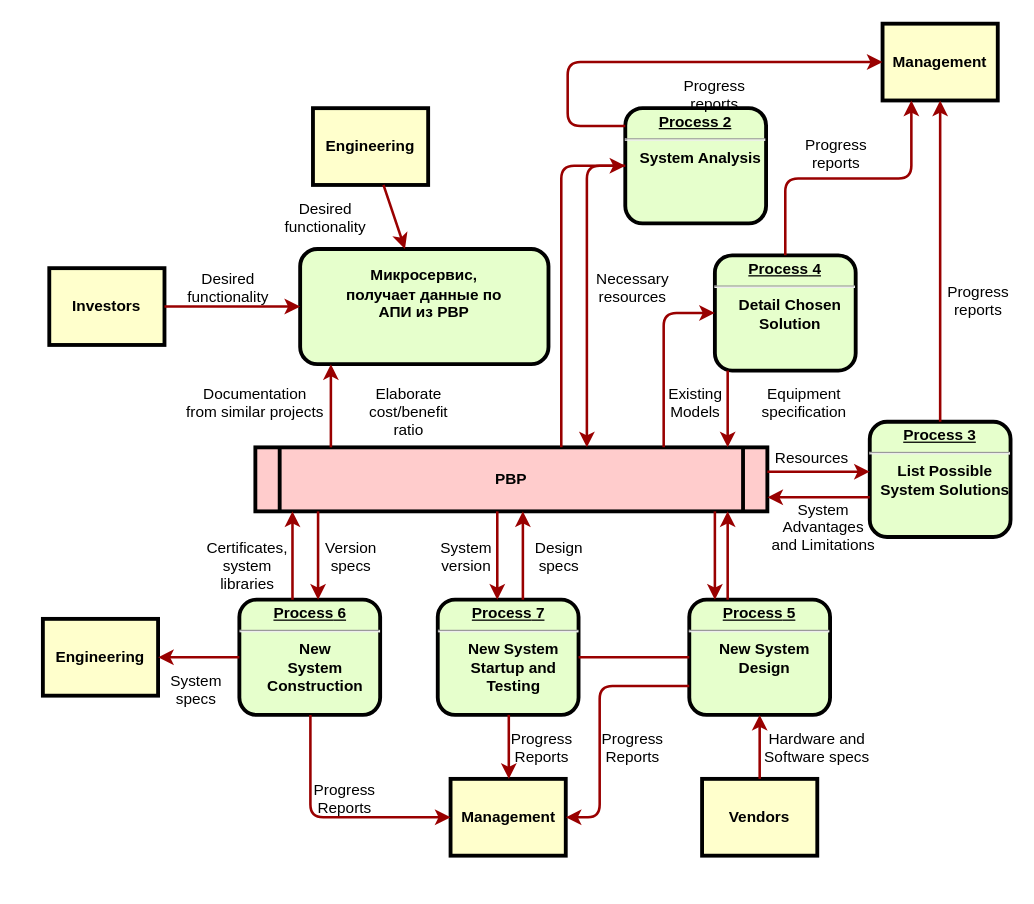
This is Untitled Diagram.drawio from Beattle/app, a draw.io file, before an edit. Source tidied: cells renumbered, new cells numbered last; positions are measured from the earlier drawing's top-left corner, leaving out a move shared by most shapes. Both pictures are drawn from the tidied source at 128%, with x=0, y=0 at pixel (42, 23).
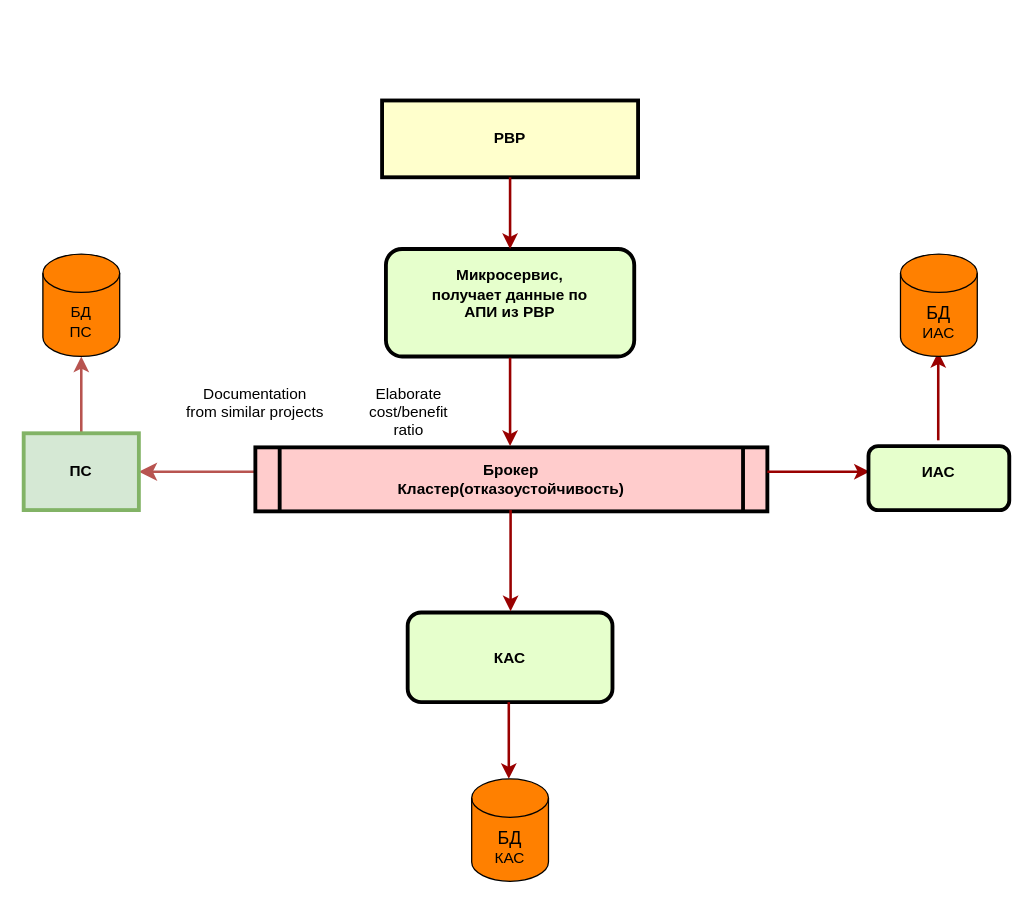
The same page after the edit.

Diff of the diagram source:
```diff
@@
     <mxCell id="2" value="&lt;div&gt;&lt;br&gt;&lt;/div&gt;&lt;div&gt;Микросервис,&lt;br&gt; получает данные по&lt;br&gt; АПИ из РВР&lt;br&gt;&lt;/div&gt;" style="verticalAlign=middle;align=center;overflow=fill;fontSize=12;fontFamily=Helvetica;html=1;rounded=1;fontStyle=1;strokeWidth=3;fillColor=#E6FFCC;" parent="1" vertex="1">
-      <mxGeometry x="201" y="176" width="194" height="90" as="geometry" />
+      <mxGeometry x="268" y="176" width="194" height="84" as="geometry" />
     </mxCell>
-    <mxCell id="3" value="Engineering" style="whiteSpace=wrap;align=center;verticalAlign=middle;fontStyle=1;strokeWidth=3;fillColor=#FFFFCC;" parent="1" vertex="1">
-      <mxGeometry x="211" y="66" width="90" height="60" as="geometry" />
+    <mxCell id="3" value="РВР" style="whiteSpace=wrap;align=center;verticalAlign=middle;fontStyle=1;strokeWidth=3;fillColor=#FFFFCC;" parent="1" vertex="1">
+      <mxGeometry x="265" y="60" width="200" height="60" as="geometry" />
     </mxCell>
-    <mxCell id="4" value="Investors" style="whiteSpace=wrap;align=center;verticalAlign=middle;fontStyle=1;strokeWidth=3;fillColor=#FFFFCC;" parent="1" vertex="1">
-      <mxGeometry x="5" y="191" width="90" height="60" as="geometry" />
-    </mxCell>
+    <mxCell id="61" style="edgeStyle=orthogonalEdgeStyle;rounded=0;jettySize=auto;html=1;fillColor=#f8cecc;strokeColor=#b85450;endSize=8;jumpSize=7;strokeWidth=2;" parent="1" edge="1" source="5">
+      <mxGeometry relative="1" as="geometry">
+        <mxPoint x="75" y="350" as="targetPoint" />
+        <Array as="points">
+          <mxPoint x="86" y="350" />
+        </Array>
+      </mxGeometry>
+    </mxCell>
-    <mxCell id="5" value="РВР" style="shape=process;whiteSpace=wrap;align=center;verticalAlign=middle;size=0.0475;fontStyle=1;strokeWidth=3;fillColor=#FFCCCC;" parent="1" vertex="1">
+    <mxCell id="5" value="Брокер&#10;Кластер(отказоустойчивость)" style="shape=process;whiteSpace=wrap;align=center;verticalAlign=middle;size=0.0475;fontStyle=1;strokeWidth=3;fillColor=#FFCCCC;" parent="1" vertex="1">
       <mxGeometry x="166" y="331" width="400" height="50" as="geometry" />
     </mxCell>
-    <mxCell id="6" value="&lt;p style=&quot;margin: 0px; margin-top: 4px; text-align: center; text-decoration: underline;&quot;&gt;&lt;strong&gt;Process 2&lt;br /&gt;&lt;/strong&gt;&lt;/p&gt;&lt;hr /&gt;&lt;p style=&quot;margin: 0px; margin-left: 8px;&quot;&gt;System Analysis&lt;/p&gt;" style="verticalAlign=middle;align=center;overflow=fill;fontSize=12;fontFamily=Helvetica;html=1;rounded=1;fontStyle=1;strokeWidth=3;fillColor=#E6FFCC;" parent="1" vertex="1">
-      <mxGeometry x="455" y="66" width="110" height="90" as="geometry" />
-    </mxCell>
-    <mxCell id="7" value="&lt;p style=&quot;margin: 0px; margin-top: 4px; text-align: center; text-decoration: underline;&quot;&gt;&lt;strong&gt;&lt;strong&gt;Process&lt;/strong&gt; 3&lt;br /&gt;&lt;/strong&gt;&lt;/p&gt;&lt;hr /&gt;&lt;p style=&quot;margin: 0px; margin-left: 8px;&quot;&gt;List Possible&lt;/p&gt;&lt;p style=&quot;margin: 0px; margin-left: 8px;&quot;&gt;System Solutions&lt;/p&gt;" style="verticalAlign=middle;align=center;overflow=fill;fontSize=12;fontFamily=Helvetica;html=1;rounded=1;fontStyle=1;strokeWidth=3;fillColor=#E6FFCC;" parent="1" vertex="1">
-      <mxGeometry x="646" y="311" width="110" height="90" as="geometry" />
-    </mxCell>
-    <mxCell id="8" value="&lt;p style=&quot;margin: 0px; margin-top: 4px; text-align: center; text-decoration: underline;&quot;&gt;&lt;strong&gt;&lt;strong&gt;Process&lt;/strong&gt; 4&lt;br /&gt;&lt;/strong&gt;&lt;/p&gt;&lt;hr /&gt;&lt;p style=&quot;margin: 0px; margin-left: 8px;&quot;&gt;Detail Chosen&lt;/p&gt;&lt;p style=&quot;margin: 0px; margin-left: 8px;&quot;&gt;Solution&lt;/p&gt;" style="verticalAlign=middle;align=center;overflow=fill;fontSize=12;fontFamily=Helvetica;html=1;rounded=1;fontStyle=1;strokeWidth=3;fillColor=#E6FFCC;" parent="1" vertex="1">
-      <mxGeometry x="525" y="181" width="110" height="90" as="geometry" />
-    </mxCell>
-    <mxCell id="9" value="&lt;p style=&quot;margin: 0px; margin-top: 4px; text-align: center; text-decoration: underline;&quot;&gt;&lt;strong&gt;&lt;strong&gt;Process&lt;/strong&gt; 5&lt;br /&gt;&lt;/strong&gt;&lt;/p&gt;&lt;hr /&gt;&lt;p style=&quot;margin: 0px; margin-left: 8px;&quot;&gt;New System&lt;/p&gt;&lt;p style=&quot;margin: 0px; margin-left: 8px;&quot;&gt;Design&lt;/p&gt;" style="verticalAlign=middle;align=center;overflow=fill;fontSize=12;fontFamily=Helvetica;html=1;rounded=1;fontStyle=1;strokeWidth=3;fillColor=#E6FFCC;" parent="1" vertex="1">
-      <mxGeometry x="505" y="450" width="110" height="90" as="geometry" />
-    </mxCell>
-    <mxCell id="10" value="&lt;p style=&quot;margin: 0px; margin-top: 4px; text-align: center; text-decoration: underline;&quot;&gt;&lt;strong&gt;&lt;strong&gt;Process&lt;/strong&gt; 6&lt;br /&gt;&lt;/strong&gt;&lt;/p&gt;&lt;hr /&gt;&lt;p style=&quot;margin: 0px; margin-left: 8px;&quot;&gt;New&lt;/p&gt;&lt;p style=&quot;margin: 0px; margin-left: 8px;&quot;&gt;System&lt;/p&gt;&lt;p style=&quot;margin: 0px; margin-left: 8px;&quot;&gt;Construction&lt;/p&gt;" style="verticalAlign=middle;align=center;overflow=fill;fontSize=12;fontFamily=Helvetica;html=1;rounded=1;fontStyle=1;strokeWidth=3;fillColor=#E6FFCC;" parent="1" vertex="1">
-      <mxGeometry x="153.5" y="450" width="110" height="90" as="geometry" />
-    </mxCell>
-    <mxCell id="11" value="Management" style="whiteSpace=wrap;align=center;verticalAlign=middle;fontStyle=1;strokeWidth=3;fillColor=#FFFFCC;" parent="1" vertex="1">
-      <mxGeometry x="656" width="90" height="60" as="geometry" />
-    </mxCell>
-    <mxCell id="12" value="Management" style="whiteSpace=wrap;align=center;verticalAlign=middle;fontStyle=1;strokeWidth=3;fillColor=#FFFFCC;" parent="1" vertex="1">
-      <mxGeometry x="318.5" y="590" width="90" height="60" as="geometry" />
-    </mxCell>
+    <mxCell id="62" style="edgeStyle=orthogonalEdgeStyle;rounded=0;jettySize=auto;html=1;fillColor=#f8cecc;strokeColor=#b85450;strokeWidth=2;" parent="1" edge="1" source="13" target="65">
+      <mxGeometry relative="1" as="geometry" />
+    </mxCell>
-    <mxCell id="13" value="Engineering" style="whiteSpace=wrap;align=center;verticalAlign=middle;fontStyle=1;strokeWidth=3;fillColor=#FFFFCC;" parent="1" vertex="1">
-      <mxGeometry y="465" width="90" height="60" as="geometry" />
+    <mxCell id="13" value="ПС" style="whiteSpace=wrap;align=center;verticalAlign=middle;fontStyle=1;strokeWidth=3;fillColor=#d5e8d4;strokeColor=#82b366;" parent="1" vertex="1">
+      <mxGeometry x="-15" y="320" width="90" height="60" as="geometry" />
     </mxCell>
-    <mxCell id="14" value="Vendors" style="whiteSpace=wrap;align=center;verticalAlign=middle;fontStyle=1;strokeWidth=3;fillColor=#FFFFCC;" parent="1" vertex="1">
-      <mxGeometry x="515" y="590" width="90" height="60" as="geometry" />
-    </mxCell>
@@
-    <mxCell id="16" style="edgeStyle=none;noEdgeStyle=1;strokeColor=#990000;strokeWidth=2;" parent="1" edge="1" source="4" target="2">
-      <mxGeometry relative="1" as="geometry" />
-    </mxCell>
-    <mxCell id="17" value="&lt;p style=&quot;margin: 0px; margin-top: 4px; text-align: center; text-decoration: underline;&quot;&gt;&lt;strong&gt;&lt;strong&gt;Process&lt;/strong&gt; 7&lt;br /&gt;&lt;/strong&gt;&lt;/p&gt;&lt;hr /&gt;&lt;p style=&quot;margin: 0px; margin-left: 8px;&quot;&gt;New System&lt;/p&gt;&lt;p style=&quot;margin: 0px; margin-left: 8px;&quot;&gt;Startup and&lt;/p&gt;&lt;p style=&quot;margin: 0px; margin-left: 8px;&quot;&gt;Testing&lt;/p&gt;" style="verticalAlign=middle;align=center;overflow=fill;fontSize=12;fontFamily=Helvetica;html=1;rounded=1;fontStyle=1;strokeWidth=3;fillColor=#E6FFCC;" parent="1" vertex="1">
-      <mxGeometry x="308.5" y="450" width="110" height="90" as="geometry" />
+    <mxCell id="17" value="&lt;div&gt;&lt;br&gt;&lt;br&gt;КАС&lt;/div&gt;" style="verticalAlign=middle;align=center;overflow=fill;fontSize=12;fontFamily=Helvetica;html=1;rounded=1;fontStyle=1;strokeWidth=3;fillColor=#E6FFCC;" parent="1" vertex="1">
+      <mxGeometry x="285" y="460" width="160" height="70" as="geometry" />
     </mxCell>
-    <mxCell id="18" style="endArrow=none;noEdgeStyle=1;strokeColor=#990000;strokeWidth=2;" parent="1" edge="1" source="9" target="17">
-      <mxGeometry relative="1" as="geometry" />
-    </mxCell>
-    <mxCell id="19" value="Desired &#10;functionality" style="text;spacingTop=-5;align=center;" parent="1" vertex="1">
-      <mxGeometry x="130" y="191" width="30" height="20" as="geometry" />
-    </mxCell>
-    <mxCell id="20" value="Desired &#10;functionality" style="text;spacingTop=-5;align=center;" parent="1" vertex="1">
-      <mxGeometry x="206" y="136" width="30" height="20" as="geometry" />
-    </mxCell>
@@
-    <mxCell id="22" style="edgeStyle=elbowEdgeStyle;elbow=horizontal;strokeColor=#990000;strokeWidth=2;" parent="1" edge="1" source="5" target="2">
-      <mxGeometry relative="1" as="geometry">
-        <Array as="points">
-          <mxPoint x="225" y="310" />
-        </Array>
-      </mxGeometry>
-    </mxCell>
@@
-    <mxCell id="24" style="edgeStyle=elbowEdgeStyle;elbow=horizontal;strokeColor=#990000;strokeWidth=2;" parent="1" edge="1" source="5" target="6">
-      <mxGeometry relative="1" as="geometry">
-        <Array as="points">
-          <mxPoint x="405" y="250" />
-        </Array>
-      </mxGeometry>
-    </mxCell>
-    <mxCell id="25" style="edgeStyle=elbowEdgeStyle;elbow=horizontal;strokeColor=#990000;strokeWidth=2;" parent="1" edge="1" source="6" target="5">
-      <mxGeometry relative="1" as="geometry">
-        <Array as="points">
-          <mxPoint x="425" y="260" />
-        </Array>
-      </mxGeometry>
-    </mxCell>
-    <mxCell id="26" value="Necessary&#10;resources" style="text;spacingTop=-5;align=center;" parent="1" vertex="1">
-      <mxGeometry x="446" y="191" width="30" height="20" as="geometry" />
-    </mxCell>
-    <mxCell id="27" value="Progress&#10;reports" style="text;spacingTop=-5;align=center;" parent="1" vertex="1">
-      <mxGeometry x="510" y="40" width="30" height="20" as="geometry" />
-    </mxCell>
-    <mxCell id="28" value="Progress&#10;reports" style="text;spacingTop=-5;align=center;" parent="1" vertex="1">
-      <mxGeometry x="605" y="86" width="30" height="20" as="geometry" />
-    </mxCell>
-    <mxCell id="29" value="Progress&#10;reports" style="text;spacingTop=-5;align=center;" parent="1" vertex="1">
-      <mxGeometry x="716" y="201" width="30" height="20" as="geometry" />
-    </mxCell>
-    <mxCell id="30" style="edgeStyle=elbowEdgeStyle;elbow=horizontal;strokeColor=#990000;strokeWidth=2;" parent="1" edge="1" source="6" target="11">
-      <mxGeometry relative="1" as="geometry">
-        <Array as="points">
-          <mxPoint x="410" y="80" />
-        </Array>
-      </mxGeometry>
-    </mxCell>
-    <mxCell id="31" style="edgeStyle=elbowEdgeStyle;elbow=vertical;entryX=0.25;entryY=1;strokeColor=#990000;strokeWidth=2;" parent="1" edge="1" source="8" target="11">
-      <mxGeometry relative="1" as="geometry" />
-    </mxCell>
-    <mxCell id="32" style="edgeStyle=elbowEdgeStyle;elbow=horizontal;strokeColor=#990000;strokeWidth=2;" parent="1" edge="1" source="7" target="11">
-      <mxGeometry relative="1" as="geometry" />
-    </mxCell>
-    <mxCell id="33" style="edgeStyle=elbowEdgeStyle;elbow=horizontal;strokeColor=#990000;strokeWidth=2;" parent="1" edge="1" source="8" target="5">
-      <mxGeometry relative="1" as="geometry">
-        <Array as="points">
-          <mxPoint x="535" y="300" />
-        </Array>
-      </mxGeometry>
-    </mxCell>
-    <mxCell id="34" style="edgeStyle=segmentEdgeStyle;strokeColor=#990000;strokeWidth=2;" parent="1" edge="1" source="5" target="8">
-      <mxGeometry relative="1" as="geometry">
-        <Array as="points">
-          <mxPoint x="485" y="226" />
-        </Array>
-      </mxGeometry>
-    </mxCell>
-    <mxCell id="35" value="Existing&#10;Models" style="text;spacingTop=-5;align=center;" parent="1" vertex="1">
-      <mxGeometry x="495" y="281" width="30" height="20" as="geometry" />
-    </mxCell>
-    <mxCell id="36" value="Equipment&#10;specification" style="text;spacingTop=-5;align=center;" parent="1" vertex="1">
-      <mxGeometry x="580" y="281" width="30" height="20" as="geometry" />
-    </mxCell>
-    <mxCell id="37" style="edgeStyle=elbowEdgeStyle;elbow=vertical;strokeColor=#990000;strokeWidth=2;" parent="1" edge="1" source="5" target="7">
+    <mxCell id="37" style="edgeStyle=elbowEdgeStyle;elbow=vertical;strokeColor=#990000;strokeWidth=2;" parent="1" edge="1" source="5">
       <mxGeometry relative="1" as="geometry">
+        <mxPoint x="646" y="350" as="targetPoint" />
         <Array as="points">
           <mxPoint x="615" y="350" />
         </Array>
       </mxGeometry>
     </mxCell>
-    <mxCell id="38" style="edgeStyle=elbowEdgeStyle;elbow=vertical;strokeColor=#990000;strokeWidth=2;" parent="1" edge="1" source="7" target="5">
-      <mxGeometry relative="1" as="geometry">
-        <Array as="points">
-          <mxPoint x="615" y="370" />
-        </Array>
-      </mxGeometry>
-    </mxCell>
-    <mxCell id="39" value="Resources" style="text;spacingTop=-5;align=center;" parent="1" vertex="1">
-      <mxGeometry x="586" y="331" width="30" height="20" as="geometry" />
-    </mxCell>
-    <mxCell id="40" value="System &#10;Advantages &#10;and Limitations" style="text;spacingTop=-5;align=center;" parent="1" vertex="1">
-      <mxGeometry x="595" y="371" width="30" height="20" as="geometry" />
-    </mxCell>
-    <mxCell id="41" style="edgeStyle=elbowEdgeStyle;elbow=horizontal;strokeColor=#990000;strokeWidth=2;" parent="1" edge="1" source="9" target="5">
-      <mxGeometry relative="1" as="geometry">
-        <Array as="points">
-          <mxPoint x="535" y="410" />
-        </Array>
-      </mxGeometry>
-    </mxCell>
-    <mxCell id="42" style="edgeStyle=elbowEdgeStyle;elbow=horizontal;strokeColor=#990000;strokeWidth=2;" parent="1" edge="1" source="5" target="9">
-      <mxGeometry relative="1" as="geometry">
-        <Array as="points">
-          <mxPoint x="525" y="420" />
-        </Array>
-      </mxGeometry>
-    </mxCell>
-    <mxCell id="43" style="edgeStyle=elbowEdgeStyle;elbow=horizontal;strokeColor=#990000;strokeWidth=2;" parent="1" edge="1" source="14" target="9">
-      <mxGeometry relative="1" as="geometry" />
-    </mxCell>
-    <mxCell id="44" value="Hardware and&#10;Software specs" style="text;spacingTop=-5;align=center;" parent="1" vertex="1">
-      <mxGeometry x="590" y="550" width="30" height="20" as="geometry" />
-    </mxCell>
-    <mxCell id="45" style="edgeStyle=elbowEdgeStyle;elbow=horizontal;exitX=0;exitY=0.75;strokeColor=#990000;strokeWidth=2;" parent="1" edge="1" source="9" target="12">
-      <mxGeometry relative="1" as="geometry">
-        <Array as="points">
-          <mxPoint x="435" y="570" />
-        </Array>
-      </mxGeometry>
-    </mxCell>
-    <mxCell id="46" value="Progress&#10;Reports" style="text;spacingTop=-5;align=center;" parent="1" vertex="1">
-      <mxGeometry x="446" y="550" width="30" height="20" as="geometry" />
-    </mxCell>
-    <mxCell id="47" style="edgeStyle=elbowEdgeStyle;elbow=horizontal;strokeColor=#990000;strokeWidth=2;" parent="1" edge="1" source="17" target="12">
-      <mxGeometry relative="1" as="geometry" />
+    <mxCell id="47" style="edgeStyle=elbowEdgeStyle;elbow=horizontal;strokeColor=#990000;strokeWidth=2;" parent="1" edge="1" source="17">
+      <mxGeometry relative="1" as="geometry">
+        <mxPoint x="363.9" y="590" as="targetPoint" />
+      </mxGeometry>
     </mxCell>
-    <mxCell id="48" value="Progress&#10;Reports" style="text;spacingTop=-5;align=center;" parent="1" vertex="1">
-      <mxGeometry x="375" y="550" width="30" height="20" as="geometry" />
-    </mxCell>
-    <mxCell id="49" style="edgeStyle=elbowEdgeStyle;elbow=horizontal;strokeColor=#990000;strokeWidth=2;" parent="1" edge="1" source="10" target="12">
-      <mxGeometry relative="1" as="geometry">
-        <Array as="points">
-          <mxPoint x="209" y="570" />
-        </Array>
-      </mxGeometry>
-    </mxCell>
-    <mxCell id="50" value="Progress&#10;Reports" style="text;spacingTop=-5;align=center;" parent="1" vertex="1">
-      <mxGeometry x="221" y="590" width="30" height="20" as="geometry" />
-    </mxCell>
-    <mxCell id="51" style="edgeStyle=elbowEdgeStyle;elbow=vertical;strokeColor=#990000;strokeWidth=2;" parent="1" edge="1" source="10" target="13">
-      <mxGeometry relative="1" as="geometry" />
-    </mxCell>
-    <mxCell id="52" style="edgeStyle=elbowEdgeStyle;elbow=horizontal;strokeColor=#990000;strokeWidth=2;" parent="1" edge="1" source="5" target="17">
+    <mxCell id="52" style="edgeStyle=elbowEdgeStyle;elbow=horizontal;strokeColor=#990000;strokeWidth=2;" parent="1" edge="1">
       <mxGeometry relative="1" as="geometry">
+        <mxPoint x="365.4" y="380" as="sourcePoint" />
+        <mxPoint x="365.4" y="459" as="targetPoint" />
         <Array as="points">
-          <mxPoint x="355" y="410" />
+          <mxPoint x="365.4" y="409" />
         </Array>
       </mxGeometry>
     </mxCell>
-    <mxCell id="53" style="edgeStyle=elbowEdgeStyle;elbow=horizontal;strokeColor=#990000;strokeWidth=2;" parent="1" edge="1" source="17" target="5">
+    <mxCell id="53" style="edgeStyle=elbowEdgeStyle;elbow=horizontal;strokeColor=#990000;strokeWidth=2;" parent="1" edge="1">
       <mxGeometry relative="1" as="geometry">
+        <mxPoint x="699.5" y="325.5" as="sourcePoint" />
+        <mxPoint x="699.5" y="256.5" as="targetPoint" />
         <Array as="points">
-          <mxPoint x="375" y="410" />
+          <mxPoint x="699.5" y="285.5" />
         </Array>
       </mxGeometry>
     </mxCell>
-    <mxCell id="54" value="Version&#10;specs" style="text;spacingTop=-5;align=center;" parent="1" vertex="1">
-      <mxGeometry x="226" y="401" width="30" height="20" as="geometry" />
-    </mxCell>
-    <mxCell id="55" value="Certificates,&#10;system&#10;libraries" style="text;spacingTop=-5;align=center;" parent="1" vertex="1">
-      <mxGeometry x="145" y="401" width="30" height="20" as="geometry" />
-    </mxCell>
-    <mxCell id="56" style="edgeStyle=elbowEdgeStyle;elbow=horizontal;strokeColor=#990000;strokeWidth=2;" parent="1" edge="1" source="5" target="10">
+    <mxCell id="56" style="edgeStyle=elbowEdgeStyle;elbow=horizontal;strokeColor=#990000;strokeWidth=2;" parent="1" edge="1">
       <mxGeometry relative="1" as="geometry">
+        <mxPoint x="365" y="261" as="sourcePoint" />
+        <mxPoint x="365" y="330" as="targetPoint" />
         <Array as="points">
-          <mxPoint x="215" y="410" />
+          <mxPoint x="365" y="270" />
         </Array>
       </mxGeometry>
     </mxCell>
-    <mxCell id="57" style="edgeStyle=elbowEdgeStyle;elbow=horizontal;strokeColor=#990000;strokeWidth=2;" parent="1" edge="1" source="10" target="5">
-      <mxGeometry relative="1" as="geometry">
-        <Array as="points">
-          <mxPoint x="195" y="410" />
-        </Array>
-      </mxGeometry>
-    </mxCell>
-    <mxCell id="58" value="System&#10;specs" style="text;spacingTop=-5;align=center;" parent="1" vertex="1">
-      <mxGeometry x="105" y="505" width="30" height="20" as="geometry" />
-    </mxCell>
-    <mxCell id="59" value="Design&#10;specs" style="text;spacingTop=-5;align=center;" parent="1" vertex="1">
-      <mxGeometry x="388.5" y="401" width="30" height="20" as="geometry" />
-    </mxCell>
-    <mxCell id="60" value="System&#10;version" style="text;spacingTop=-5;align=center;" parent="1" vertex="1">
-      <mxGeometry x="316" y="401" width="30" height="20" as="geometry" />
-    </mxCell>
+    <mxCell id="63" value="&lt;br&gt;ИАС" style="verticalAlign=middle;align=center;overflow=fill;fontSize=12;fontFamily=Helvetica;html=1;rounded=1;fontStyle=1;strokeWidth=3;fillColor=#E6FFCC;" parent="1" vertex="1">
+      <mxGeometry x="645" y="330" width="110" height="50" as="geometry" />
+    </mxCell>
+    <mxCell id="64" value="&lt;font style=&quot;font-size: 14px;&quot;&gt;БД&lt;/font&gt;&lt;br&gt;ИАС" style="shape=cylinder3;whiteSpace=wrap;html=1;boundedLbl=1;backgroundOutline=1;size=15;fillColor=#FF8000;" parent="1" vertex="1">
+      <mxGeometry x="670" y="180" width="60" height="80" as="geometry" />
+    </mxCell>
+    <mxCell id="65" value="БД&lt;br&gt;ПС" style="shape=cylinder3;whiteSpace=wrap;html=1;boundedLbl=1;backgroundOutline=1;size=15;fillColor=#FF8000;verticalAlign=middle;" parent="1" vertex="1">
+      <mxGeometry y="180" width="60" height="80" as="geometry" />
+    </mxCell>
+    <mxCell id="66" value="&lt;font style=&quot;font-size: 14px;&quot;&gt;БД&lt;/font&gt;&lt;br&gt;КАС" style="shape=cylinder3;whiteSpace=wrap;html=1;boundedLbl=1;backgroundOutline=1;size=15;fillColor=#FF8000;" parent="1" vertex="1">
+      <mxGeometry x="335" y="590" width="60" height="80" as="geometry" />
+    </mxCell>
```
